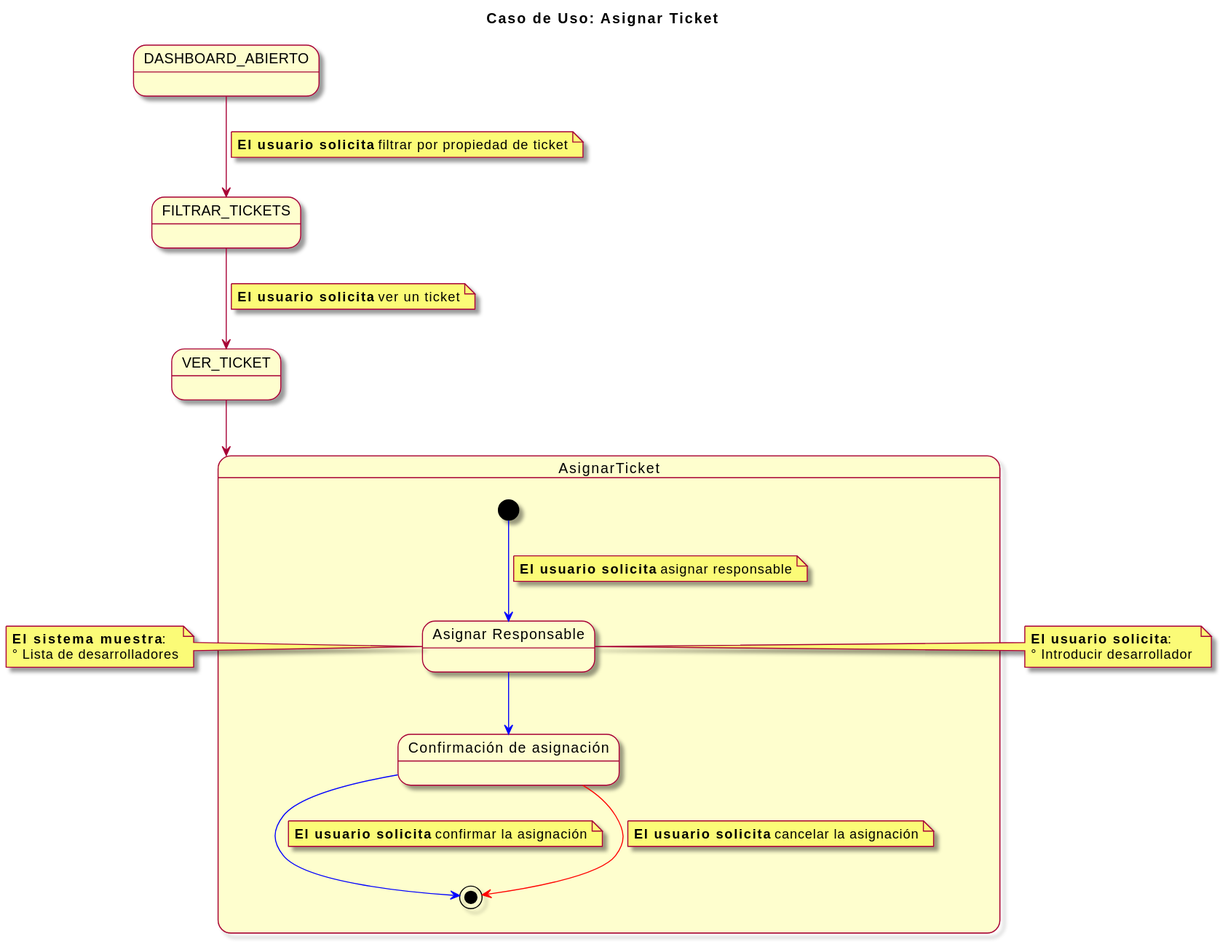
mmasias/23-24-IdSw1-SDR keeps this PlantUML diagram as imagenes/modelosUML/CDUAsignarTicket.svg. Above is the earlier version.
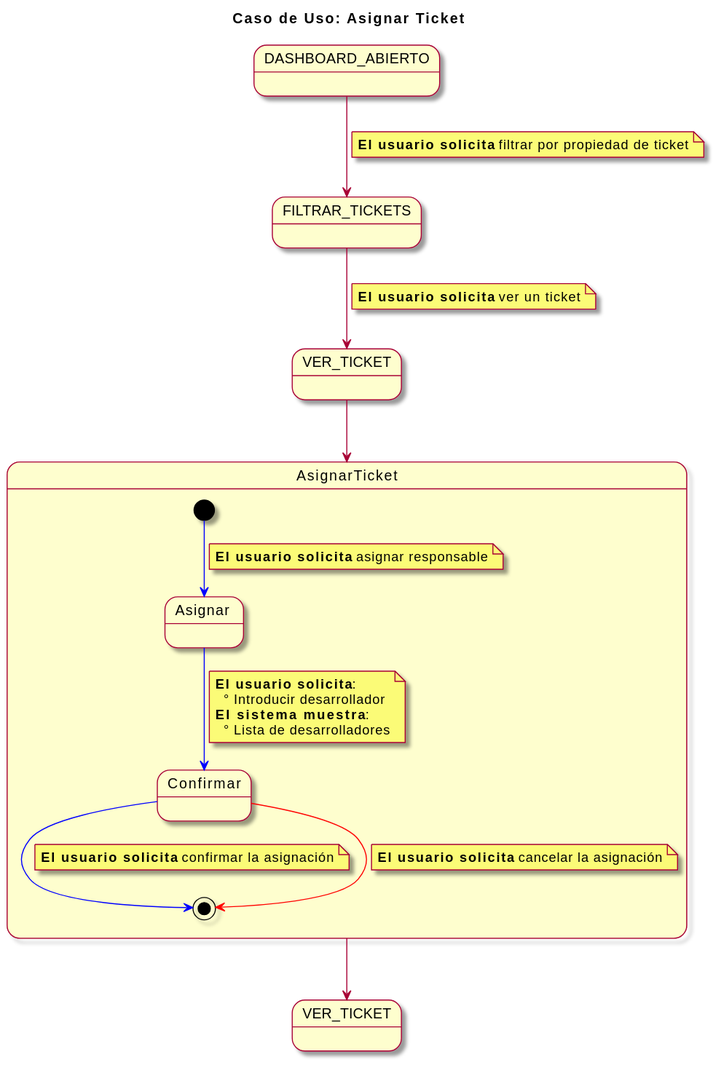
The same diagram one commit later.

The edit, as a diff of the source:
```diff
@@ -5,36 +5,35 @@
 state DASHBOARD_ABIERTO
 state VER_TICKET
 state FILTRAR_TICKETS
-
+state "VER_TICKET" as OPEN_TICKET2
 
 DASHBOARD_ABIERTO --> FILTRAR_TICKETS
 note on link: **El usuario solicita** filtrar por propiedad de ticket
 FILTRAR_TICKETS --> VER_TICKET
 note on link: **El usuario solicita** ver un ticket
 VER_TICKET --> AsignarTicket
+AsignarTicket --> OPEN_TICKET2
+
 
 state AsignarTicket {
 
   [*] -[#blue]-> ingresarVerTicket
   note on link: **El usuario solicita** asignar responsable
-  state "Asignar Responsable" as ingresarVerTicket
+  state "Asignar " as ingresarVerTicket
   ingresarVerTicket -[#blue]-> confirmarAsignacion
-  state "Confirmación de asignación" as confirmarAsignacion
+note on link
+**El usuario solicita**:
+  ° Introducir desarrollador
+**El sistema muestra**:
+  ° Lista de desarrolladores
+end note
+  state "Confirmar" as confirmarAsignacion
   confirmarAsignacion -[#blue]-> [*]
   note on link: **El usuario solicita** confirmar la asignación
 
   confirmarAsignacion -[#red]-> [*]
   note on link: **El usuario solicita** cancelar la asignación
 
+
 }
-
-note left of ingresarVerTicket
-  **El sistema muestra**:
-  ° Lista de desarrolladores
-end note
-
-note left of ingresarVerTicket
-  **El usuario solicita**:
-  ° Introducir desarrollador
-end note
 @enduml
```
